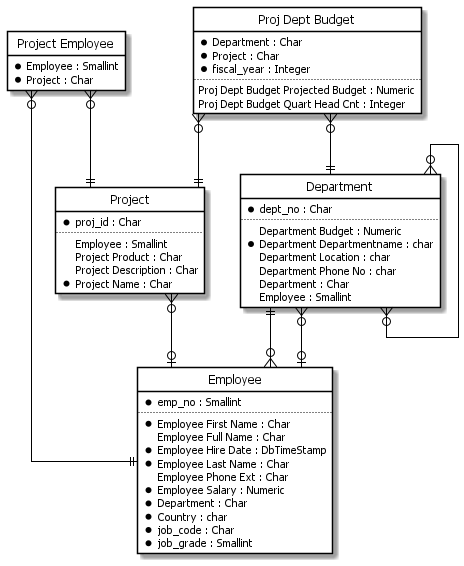
Above: EN/Employee/project.erd.png in casetalk/Models (PlantUML), before the change.
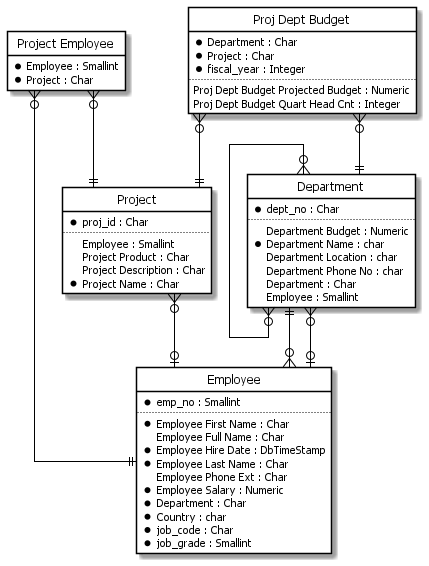
Later version of the same file.

What changed in the source:
```diff
@@ -21,7 +21,7 @@
   * dept_no : Char
   ..
     Department Budget : Numeric
-  * Department Departmentname : char
+  * Department Name : char
     Department Location : char
     Department Phone No : char
     Department : Char
```
